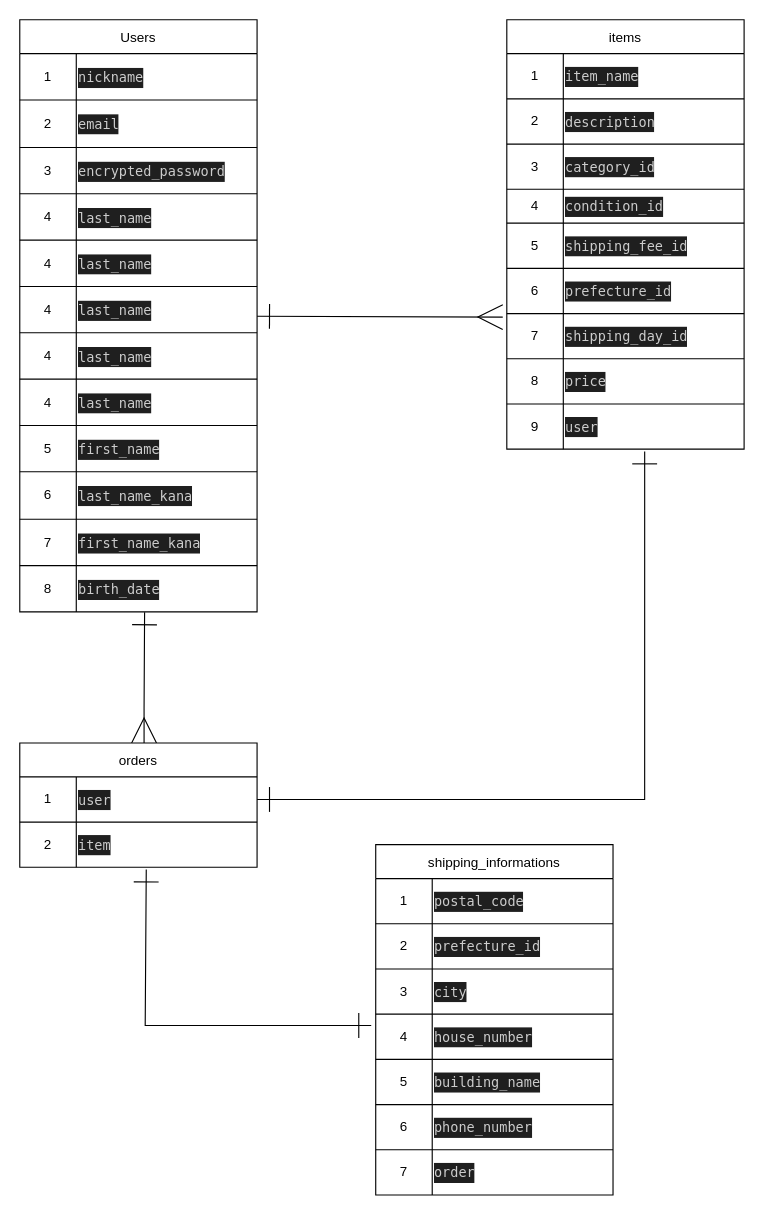
This is ER.dio from Hiroshift/furima-41448, a draw.io file, before an edit. Source tidied: cells renumbered, new cells numbered last; positions are measured from the earlier drawing's top-left corner, leaving out a move shared by most shapes. Both pictures are drawn from the tidied source at 113%, with x=0, y=0 at pixel (19, 19).
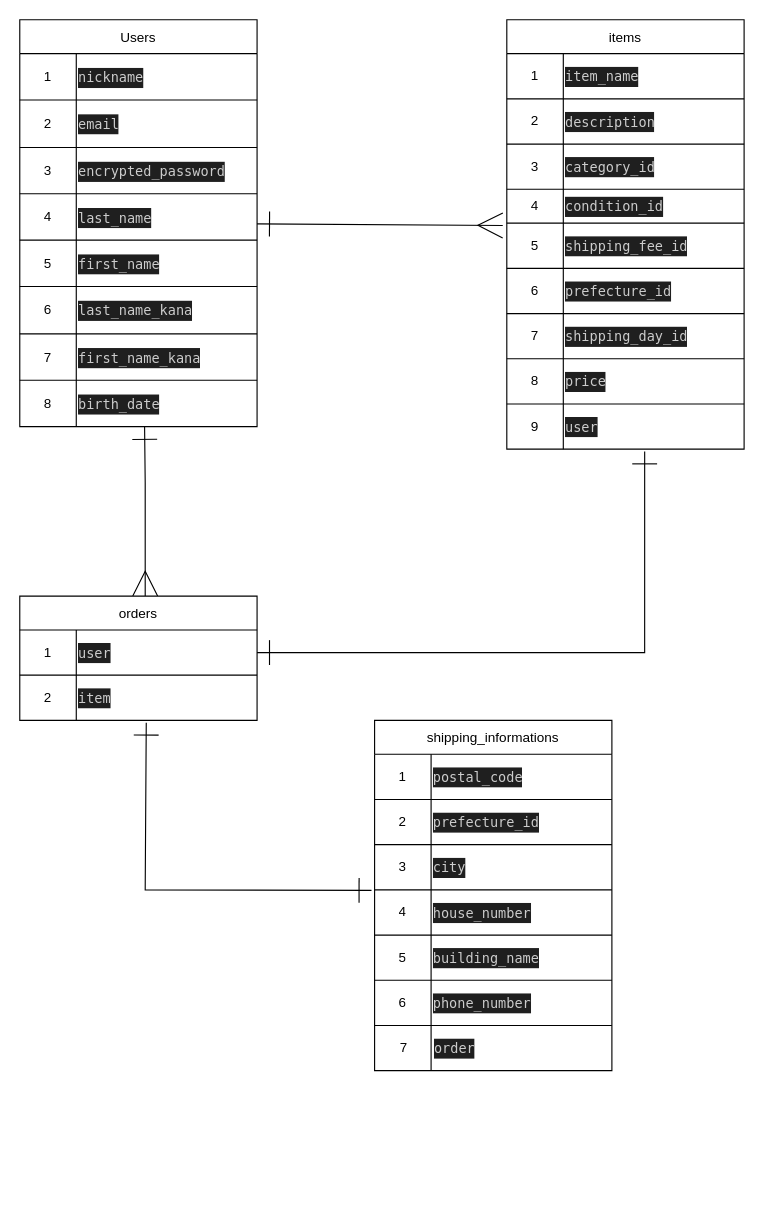
The same page after the edit.

Unchanged cells that the change refers to:
```xml
<mxCell id="55" style="shape=tableRow;horizontal=0;startSize=0;swimlaneHead=0;swimlaneBody=0;top=0;left=0;bottom=0;right=0;fillColor=none;points=[[0,0.5],[1,0.5]];portConstraint=eastwest;" parent="42" vertex="1">
  <mxGeometry y="180" width="210" height="40" as="geometry" />
</mxCell>
<mxCell id="61" style="shape=tableRow;horizontal=0;startSize=0;swimlaneHead=0;swimlaneBody=0;top=0;left=0;bottom=0;right=0;fillColor=none;points=[[0,0.5],[1,0.5]];portConstraint=eastwest;" parent="42" vertex="1">
  <mxGeometry y="260" width="210" height="40" as="geometry" />
</mxCell>
<mxCell id="67" style="shape=tableRow;horizontal=0;startSize=0;swimlaneHead=0;swimlaneBody=0;top=0;left=0;bottom=0;right=0;fillColor=none;points=[[0,0.5],[1,0.5]];portConstraint=eastwest;" parent="42" vertex="1">
  <mxGeometry y="340" width="210" height="40" as="geometry" />
</mxCell>
<mxCell id="72" style="shape=tableRow;horizontal=0;startSize=0;swimlaneHead=0;swimlaneBody=0;top=0;left=0;bottom=0;right=0;fillColor=none;points=[[0,0.5],[1,0.5]];portConstraint=eastwest;" parent="71" vertex="1">
  <mxGeometry y="30" width="210" height="40" as="geometry" />
</mxCell>
<mxCell id="75" style="shape=tableRow;horizontal=0;startSize=0;swimlaneHead=0;swimlaneBody=0;top=0;left=0;bottom=0;right=0;fillColor=none;points=[[0,0.5],[1,0.5]];portConstraint=eastwest;" parent="71" vertex="1">
  <mxGeometry y="70" width="210" height="40" as="geometry" />
</mxCell>
<mxCell id="88" style="shape=tableRow;horizontal=0;startSize=0;swimlaneHead=0;swimlaneBody=0;top=0;left=0;bottom=0;right=0;fillColor=none;points=[[0,0.5],[1,0.5]];portConstraint=eastwest;" parent="78" vertex="1">
  <mxGeometry y="150" width="210" height="40" as="geometry" />
</mxCell>
```

Change to the diagram source:
```diff
@@
-    <mxCell id="2" style="edgeStyle=none;html=1;entryX=-0.017;entryY=0.079;entryDx=0;entryDy=0;entryPerimeter=0;startArrow=ERone;startFill=0;endArrow=ERmany;endFill=0;rounded=0;endSize=20;startSize=20;" parent="1" edge="1" source="4" target="61">
+    <mxCell id="2" style="edgeStyle=none;html=1;entryX=-0.017;entryY=0.051;entryDx=0;entryDy=0;entryPerimeter=0;startArrow=ERone;startFill=0;endArrow=ERmany;endFill=0;rounded=0;endSize=20;startSize=20;" parent="1" edge="1" source="4" target="55">
       <mxGeometry relative="1" as="geometry" />
     </mxCell>
     <mxCell id="3" style="edgeStyle=none;html=1;startArrow=ERone;startFill=0;endArrow=ERmany;endFill=0;exitX=0.526;exitY=1.009;exitDx=0;exitDy=0;exitPerimeter=0;rounded=0;endSize=20;startSize=20;" parent="1" edge="1" source="38">
       <mxGeometry relative="1" as="geometry">
-        <mxPoint x="110" y="640" as="targetPoint" />
+        <mxPoint x="111" y="510" as="targetPoint" />
         <Array as="points">
-          <mxPoint x="110" y="610" />
+          <mxPoint x="111" y="410" />
         </Array>
       </mxGeometry>
     </mxCell>
     <mxCell id="4" value="Users" style="shape=table;startSize=30;childLayout=tableLayout;" parent="1" vertex="1">
-      <mxGeometry width="210" height="524" as="geometry" />
+      <mxGeometry width="210" height="360" as="geometry" />
     </mxCell>
@@
-    <mxCell id="17" style="shape=tableRow;horizontal=0;startSize=0;swimlaneHead=0;swimlaneBody=0;top=0;left=0;bottom=0;right=0;fillColor=none;" parent="4" vertex="1">
-      <mxGeometry y="195" width="210" height="41" as="geometry" />
-    </mxCell>
-    <mxCell id="18" value="4" style="shape=partialRectangle;html=1;whiteSpace=wrap;overflow=hidden;fillColor=none;top=0;left=0;bottom=0;right=0;" parent="17" vertex="1">
-      <mxGeometry width="50" height="41" as="geometry" />
-    </mxCell>
-    <mxCell id="19" value="&lt;div style=&quot;color: rgb(204, 204, 204); background-color: rgb(31, 31, 31); font-family: Menlo, Monaco, &amp;quot;Courier New&amp;quot;, monospace; line-height: 18px;&quot;&gt;last_name &lt;/div&gt;" style="shape=partialRectangle;html=1;whiteSpace=wrap;overflow=hidden;fillColor=none;top=0;left=0;bottom=0;right=0;align=left;" parent="17" vertex="1">
-      <mxGeometry x="50" width="160" height="41" as="geometry" />
-    </mxCell>
-    <mxCell id="20" style="shape=tableRow;horizontal=0;startSize=0;swimlaneHead=0;swimlaneBody=0;top=0;left=0;bottom=0;right=0;fillColor=none;" parent="4" vertex="1">
-      <mxGeometry y="236" width="210" height="41" as="geometry" />
-    </mxCell>
-    <mxCell id="21" value="4" style="shape=partialRectangle;html=1;whiteSpace=wrap;overflow=hidden;fillColor=none;top=0;left=0;bottom=0;right=0;" parent="20" vertex="1">
-      <mxGeometry width="50" height="41" as="geometry" />
-    </mxCell>
-    <mxCell id="22" value="&lt;div style=&quot;color: rgb(204, 204, 204); background-color: rgb(31, 31, 31); font-family: Menlo, Monaco, &amp;quot;Courier New&amp;quot;, monospace; line-height: 18px;&quot;&gt;last_name &lt;/div&gt;" style="shape=partialRectangle;html=1;whiteSpace=wrap;overflow=hidden;fillColor=none;top=0;left=0;bottom=0;right=0;align=left;" parent="20" vertex="1">
-      <mxGeometry x="50" width="160" height="41" as="geometry" />
-    </mxCell>
-    <mxCell id="23" style="shape=tableRow;horizontal=0;startSize=0;swimlaneHead=0;swimlaneBody=0;top=0;left=0;bottom=0;right=0;fillColor=none;" parent="4" vertex="1">
-      <mxGeometry y="277" width="210" height="41" as="geometry" />
-    </mxCell>
-    <mxCell id="24" value="4" style="shape=partialRectangle;html=1;whiteSpace=wrap;overflow=hidden;fillColor=none;top=0;left=0;bottom=0;right=0;" parent="23" vertex="1">
-      <mxGeometry width="50" height="41" as="geometry" />
-    </mxCell>
-    <mxCell id="25" value="&lt;div style=&quot;color: rgb(204, 204, 204); background-color: rgb(31, 31, 31); font-family: Menlo, Monaco, &amp;quot;Courier New&amp;quot;, monospace; line-height: 18px;&quot;&gt;last_name &lt;/div&gt;" style="shape=partialRectangle;html=1;whiteSpace=wrap;overflow=hidden;fillColor=none;top=0;left=0;bottom=0;right=0;align=left;" parent="23" vertex="1">
-      <mxGeometry x="50" width="160" height="41" as="geometry" />
-    </mxCell>
-    <mxCell id="26" style="shape=tableRow;horizontal=0;startSize=0;swimlaneHead=0;swimlaneBody=0;top=0;left=0;bottom=0;right=0;fillColor=none;" parent="4" vertex="1">
-      <mxGeometry y="318" width="210" height="41" as="geometry" />
-    </mxCell>
-    <mxCell id="27" value="4" style="shape=partialRectangle;html=1;whiteSpace=wrap;overflow=hidden;fillColor=none;top=0;left=0;bottom=0;right=0;" parent="26" vertex="1">
-      <mxGeometry width="50" height="41" as="geometry" />
-    </mxCell>
-    <mxCell id="28" value="&lt;div style=&quot;color: rgb(204, 204, 204); background-color: rgb(31, 31, 31); font-family: Menlo, Monaco, &amp;quot;Courier New&amp;quot;, monospace; line-height: 18px;&quot;&gt;last_name &lt;/div&gt;" style="shape=partialRectangle;html=1;whiteSpace=wrap;overflow=hidden;fillColor=none;top=0;left=0;bottom=0;right=0;align=left;" parent="26" vertex="1">
-      <mxGeometry x="50" width="160" height="41" as="geometry" />
-    </mxCell>
     <mxCell id="29" style="shape=tableRow;horizontal=0;startSize=0;swimlaneHead=0;swimlaneBody=0;top=0;left=0;bottom=0;right=0;fillColor=none;" parent="4" vertex="1">
-      <mxGeometry y="359" width="210" height="41" as="geometry" />
+      <mxGeometry y="195" width="210" height="41" as="geometry" />
     </mxCell>
@@
     <mxCell id="32" style="shape=tableRow;horizontal=0;startSize=0;swimlaneHead=0;swimlaneBody=0;top=0;left=0;bottom=0;right=0;fillColor=none;" parent="4" vertex="1">
-      <mxGeometry y="400" width="210" height="42" as="geometry" />
+      <mxGeometry y="236" width="210" height="42" as="geometry" />
     </mxCell>
@@
     <mxCell id="35" style="shape=tableRow;horizontal=0;startSize=0;swimlaneHead=0;swimlaneBody=0;top=0;left=0;bottom=0;right=0;fillColor=none;" parent="4" vertex="1">
-      <mxGeometry y="442" width="210" height="41" as="geometry" />
+      <mxGeometry y="278" width="210" height="41" as="geometry" />
     </mxCell>
@@
     <mxCell id="38" style="shape=tableRow;horizontal=0;startSize=0;swimlaneHead=0;swimlaneBody=0;top=0;left=0;bottom=0;right=0;fillColor=none;points=[[0,0.5],[1,0.5]];portConstraint=eastwest;" parent="4" vertex="1">
-      <mxGeometry y="483" width="210" height="41" as="geometry" />
+      <mxGeometry y="319" width="210" height="41" as="geometry" />
     </mxCell>
@@
     <mxCell id="41" style="edgeStyle=none;html=1;startArrow=ERone;startFill=0;endArrow=ERone;endFill=0;exitX=0.581;exitY=1.05;exitDx=0;exitDy=0;exitPerimeter=0;rounded=0;endSize=20;startSize=20;targetPerimeterSpacing=0;sourcePerimeterSpacing=0;" parent="1" edge="1" source="67" target="72">
       <mxGeometry relative="1" as="geometry">
         <Array as="points">
-          <mxPoint x="553" y="690" />
+          <mxPoint x="553" y="560" />
         </Array>
       </mxGeometry>
     </mxCell>
@@
-    <mxCell id="70" style="edgeStyle=none;rounded=0;html=1;startArrow=ERone;startFill=0;endArrow=ERone;endFill=0;endSize=20;startSize=20;exitX=0.533;exitY=1.05;exitDx=0;exitDy=0;exitPerimeter=0;" parent="1" edge="1" source="75">
+    <mxCell id="70" style="edgeStyle=none;rounded=0;html=1;startArrow=ERone;startFill=0;endArrow=ERone;endFill=0;endSize=20;startSize=20;exitX=0.533;exitY=1.05;exitDx=0;exitDy=0;exitPerimeter=0;entryX=-0.013;entryY=0.011;entryDx=0;entryDy=0;entryPerimeter=0;" parent="1" edge="1" source="75" target="88">
       <mxGeometry relative="1" as="geometry">
-        <mxPoint x="311" y="890" as="targetPoint" />
         <Array as="points">
-          <mxPoint x="111" y="890" />
+          <mxPoint x="111" y="770" />
         </Array>
       </mxGeometry>
     </mxCell>
     <mxCell id="71" value="orders" style="shape=table;startSize=30;childLayout=tableLayout;" parent="1" vertex="1">
-      <mxGeometry y="640" width="210" height="110" as="geometry" />
+      <mxGeometry y="510" width="210" height="110" as="geometry" />
     </mxCell>
@@
     <mxCell id="78" value="shipping_informations" style="shape=table;startSize=30;childLayout=tableLayout;" parent="1" vertex="1">
-      <mxGeometry x="315" y="730" width="210" height="310" as="geometry" />
+      <mxGeometry x="314" y="620" width="210" height="310" as="geometry" />
     </mxCell>
@@
     <mxCell id="100" value="7" style="shape=partialRectangle;html=1;whiteSpace=wrap;overflow=hidden;fillColor=none;top=0;left=0;bottom=0;right=0;strokeColor=default;" parent="1" vertex="1">
-      <mxGeometry x="315" y="1000" width="50" height="40" as="geometry" />
+      <mxGeometry x="315" y="890" width="50" height="40" as="geometry" />
     </mxCell>
     <mxCell id="101" value="&lt;div style=&quot;color: rgb(204, 204, 204); background-color: rgb(31, 31, 31); font-family: Menlo, Monaco, &amp;quot;Courier New&amp;quot;, monospace; line-height: 18px;&quot;&gt;&lt;div style=&quot;line-height: 18px;&quot;&gt;order  &lt;/div&gt;&lt;/div&gt;" style="shape=partialRectangle;html=1;whiteSpace=wrap;overflow=hidden;fillColor=none;top=0;left=0;bottom=0;right=0;align=left;" parent="1" vertex="1">
-      <mxGeometry x="365" y="1000" width="160" height="40" as="geometry" />
+      <mxGeometry x="365" y="890" width="160" height="40" as="geometry" />
     </mxCell>
```
